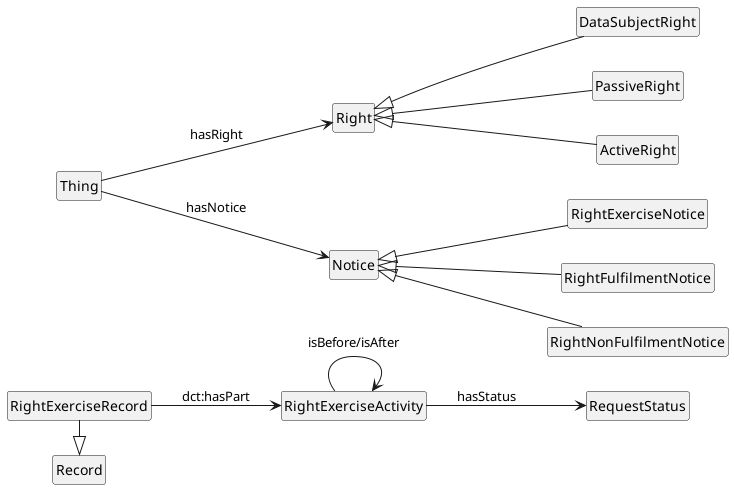
Before: media/rights.png, a diagram exported from PlantUML (jeswr/dpv). The source it was exported from:
```plantuml
@startuml
!include style.plantuml
left to right direction

class Thing
class Right
class Notice
class DataSubjectRight
class PassiveRight
class ActiveRight
class Record
class RightExerciseNotice
class RightFulfilmentNotice
class RightNonFulfilmentNotice
class RightExerciseRecord
class RightExerciseActivity
class RequestStatus

Thing --> Right : hasRight
Thing --> Notice : hasNotice

Right <|-- DataSubjectRight
Right <|-- PassiveRight
Right <|-- ActiveRight

Notice <|-- RightExerciseNotice
Notice <|-- RightFulfilmentNotice
Notice <|-- RightNonFulfilmentNotice

RightExerciseRecord -|> Record
RightExerciseRecord --> RightExerciseActivity : dct:hasPart
RightExerciseActivity -> RightExerciseActivity : isBefore/isAfter
RightExerciseActivity --> RequestStatus : hasStatus

@enduml
```
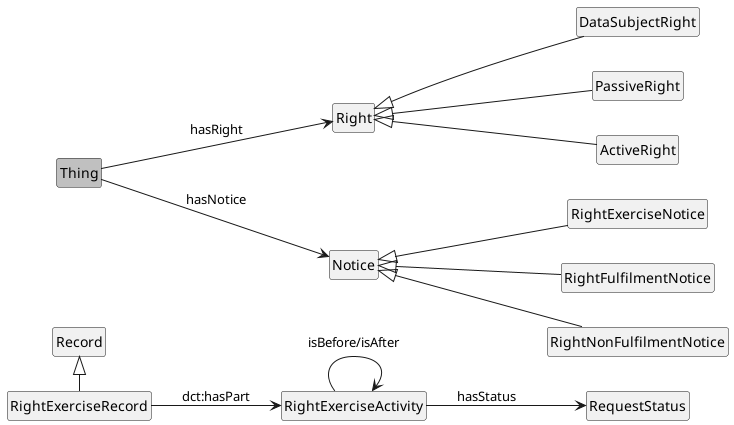
After the change.

The edit, as a diff of the source:
```diff
@@ -2,7 +2,7 @@
 !include style.plantuml
 left to right direction
 
-class Thing
+class Thing #silver
 class Right
 class Notice
 class DataSubjectRight
@@ -19,17 +19,17 @@
 Thing --> Right : hasRight
 Thing --> Notice : hasNotice
 
-Right <|-- DataSubjectRight
-Right <|-- PassiveRight
-Right <|-- ActiveRight
+Right <|-d- DataSubjectRight
+Right <|-d- PassiveRight
+Right <|-d- ActiveRight
 
-Notice <|-- RightExerciseNotice
-Notice <|-- RightFulfilmentNotice
-Notice <|-- RightNonFulfilmentNotice
+Notice <|-d- RightExerciseNotice
+Notice <|-d- RightFulfilmentNotice
+Notice <|-d- RightNonFulfilmentNotice
 
-RightExerciseRecord -|> Record
+Record <|- RightExerciseRecord
 RightExerciseRecord --> RightExerciseActivity : dct:hasPart
-RightExerciseActivity -> RightExerciseActivity : isBefore/isAfter
+RightExerciseActivity --> RightExerciseActivity : isBefore/isAfter
 RightExerciseActivity --> RequestStatus : hasStatus
 
 @enduml
```
